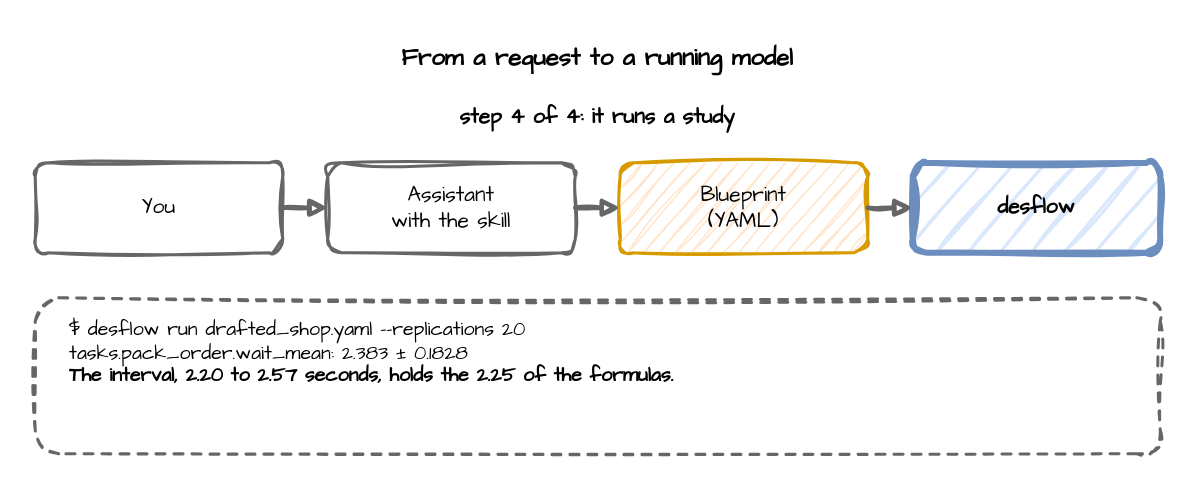
This is page "agent-skill-4" (4 of 4) of docs/assets/diagrams/agent-skill.drawio from jaehyeon-kim/desflow, a draw.io file, before an edit. Source tidied: cells renumbered, new cells numbered last; positions are measured from the earlier drawing's top-left corner, leaving out a move shared by most shapes. Both pictures are drawn from the tidied source at 150%, with x=0, y=0 at pixel (26, 26).
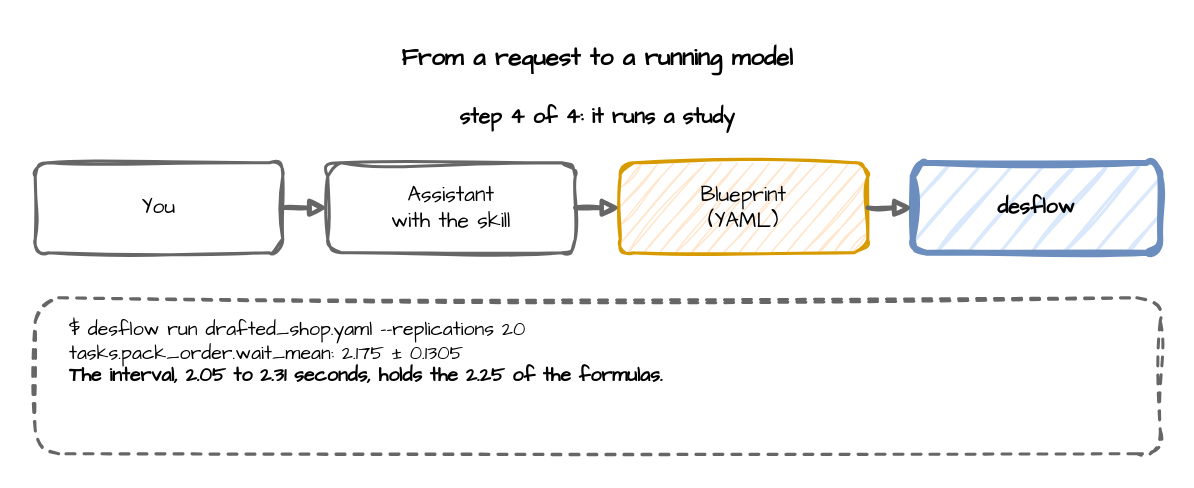
The same diagram, later.

Diff of the diagram source:
```diff
@@
 <mxGraphModel>
   <root>
     <mxCell id="0" />
     <mxCell id="1" parent="0" />
     <mxCell id="2" style="rounded=0;html=1;fillColor=none;strokeColor=none;" parent="1" vertex="1">
       <mxGeometry width="762" height="291" as="geometry" />
     </mxCell>
     <mxCell id="3" value="From a request to a running model" style="text;html=1;align=center;verticalAlign=middle;whiteSpace=wrap;fontFamily=Comic Sans MS;fontSize=16;fontStyle=1;" parent="1" vertex="1">
       <mxGeometry x="6" y="6" width="750" height="30" as="geometry" />
     </mxCell>
     <mxCell id="4" value="step 4 of 4: it runs a study" style="text;html=1;align=center;verticalAlign=middle;whiteSpace=wrap;fontFamily=Comic Sans MS;fontSize=14;fontStyle=1;" parent="1" vertex="1">
       <mxGeometry x="6" y="46" width="750" height="30" as="geometry" />
     </mxCell>
     <mxCell id="5" value="You" style="rounded=1;whiteSpace=wrap;html=1;sketch=1;curveFitting=1;jiggle=2;fontFamily=Comic Sans MS;fontSize=14;fillColor=none;strokeColor=#666666;strokeWidth=2;" parent="1" vertex="1">
       <mxGeometry x="6" y="91" width="165" height="60" as="geometry" />
     </mxCell>
     <mxCell id="6" value="Assistant&lt;br&gt;with the skill" style="rounded=1;whiteSpace=wrap;html=1;sketch=1;curveFitting=1;jiggle=2;fontFamily=Comic Sans MS;fontSize=14;fillColor=none;strokeColor=#666666;strokeWidth=2;" parent="1" vertex="1">
       <mxGeometry x="201" y="91" width="165" height="60" as="geometry" />
     </mxCell>
     <mxCell id="7" value="Blueprint&lt;br&gt;(YAML)" style="rounded=1;whiteSpace=wrap;html=1;sketch=1;curveFitting=1;jiggle=2;fontFamily=Comic Sans MS;fontSize=14;fillColor=#ffe6cc;strokeColor=#d79b00;strokeWidth=2;" parent="1" vertex="1">
       <mxGeometry x="396" y="91" width="165" height="60" as="geometry" />
     </mxCell>
     <mxCell id="8" value="desflow" style="rounded=1;whiteSpace=wrap;html=1;sketch=1;curveFitting=1;jiggle=2;fontFamily=Comic Sans MS;fontSize=14;fillColor=#dae8fc;strokeColor=#6c8ebf;strokeWidth=4;fontStyle=1;" parent="1" vertex="1">
       <mxGeometry x="591" y="91" width="165" height="60" as="geometry" />
     </mxCell>
     <mxCell id="9" style="edgeStyle=orthogonalEdgeStyle;rounded=0;sketch=1;html=1;strokeWidth=3;endArrow=block;strokeColor=#666666;exitX=1;exitY=0.5;exitDx=0;exitDy=0;entryX=0;entryY=0.5;entryDx=0;entryDy=0;" parent="1" edge="1" source="5" target="6">
       <mxGeometry relative="1" as="geometry" />
     </mxCell>
     <mxCell id="10" style="edgeStyle=orthogonalEdgeStyle;rounded=0;sketch=1;html=1;strokeWidth=3;endArrow=block;strokeColor=#666666;exitX=1;exitY=0.5;exitDx=0;exitDy=0;entryX=0;entryY=0.5;entryDx=0;entryDy=0;" parent="1" edge="1" source="6" target="7">
       <mxGeometry relative="1" as="geometry" />
     </mxCell>
     <mxCell id="11" style="edgeStyle=orthogonalEdgeStyle;rounded=0;sketch=1;html=1;strokeWidth=3;endArrow=block;strokeColor=#666666;exitX=1;exitY=0.5;exitDx=0;exitDy=0;entryX=0;entryY=0.5;entryDx=0;entryDy=0;" parent="1" edge="1" source="7" target="8">
       <mxGeometry relative="1" as="geometry" />
     </mxCell>
     <mxCell id="12" style="rounded=1;whiteSpace=wrap;html=1;sketch=1;curveFitting=1;jiggle=2;fontFamily=Comic Sans MS;fontSize=14;fillColor=none;strokeColor=#666666;strokeWidth=2;dashed=1;" parent="1" vertex="1">
       <mxGeometry x="6" y="181" width="750" height="104" as="geometry" />
     </mxCell>
-    <mxCell id="13" value="$ desflow run drafted_shop.yaml --replications 20&lt;br&gt;tasks.pack_order.wait_mean: 2.383 ± 0.1828&lt;br&gt;&lt;b&gt;The interval, 2.20 to 2.57 seconds, holds the 2.25 of the formulas.&lt;/b&gt;" style="text;html=1;align=left;verticalAlign=top;whiteSpace=wrap;fontFamily=Comic Sans MS;fontSize=13;spacingLeft=6;" parent="1" vertex="1">
+    <mxCell id="13" value="$ desflow run drafted_shop.yaml --replications 20&lt;br&gt;tasks.pack_order.wait_mean: 2.175 ± 0.1305&lt;br&gt;&lt;b&gt;The interval, 2.05 to 2.31 seconds, holds the 2.25 of the formulas.&lt;/b&gt;" style="text;html=1;align=left;verticalAlign=top;whiteSpace=wrap;fontFamily=Comic Sans MS;fontSize=13;spacingLeft=6;" parent="1" vertex="1">
       <mxGeometry x="21" y="188" width="720" height="90" as="geometry" />
     </mxCell>
   </root>
 </mxGraphModel>
```
